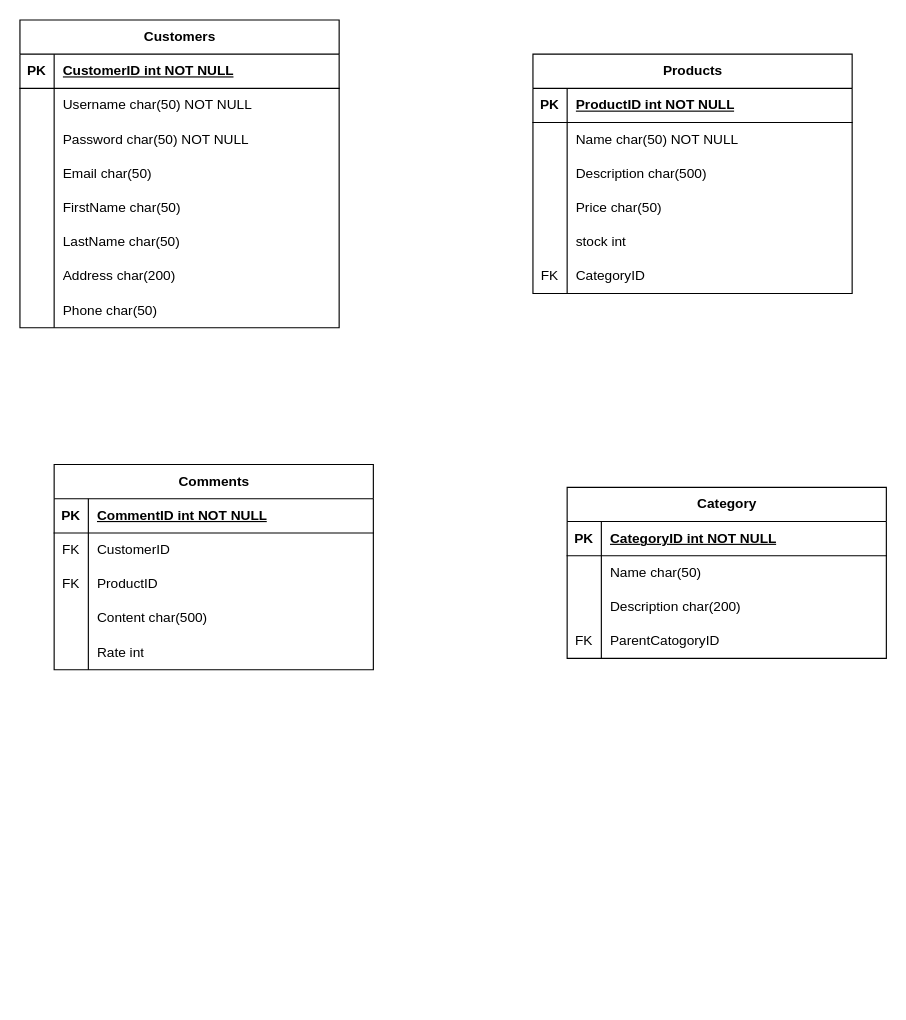
Earlier version of the draw.io diagram OnlineShop.drawio (zeinab-hajhosseini/OnlineShopERD). Source tidied: cells renumbered, new cells numbered last; positions are measured from the earlier drawing's top-left corner, leaving out a move shared by most shapes. Both pictures are drawn from the tidied source at 114%, with x=0, y=0 at pixel (19, 19).
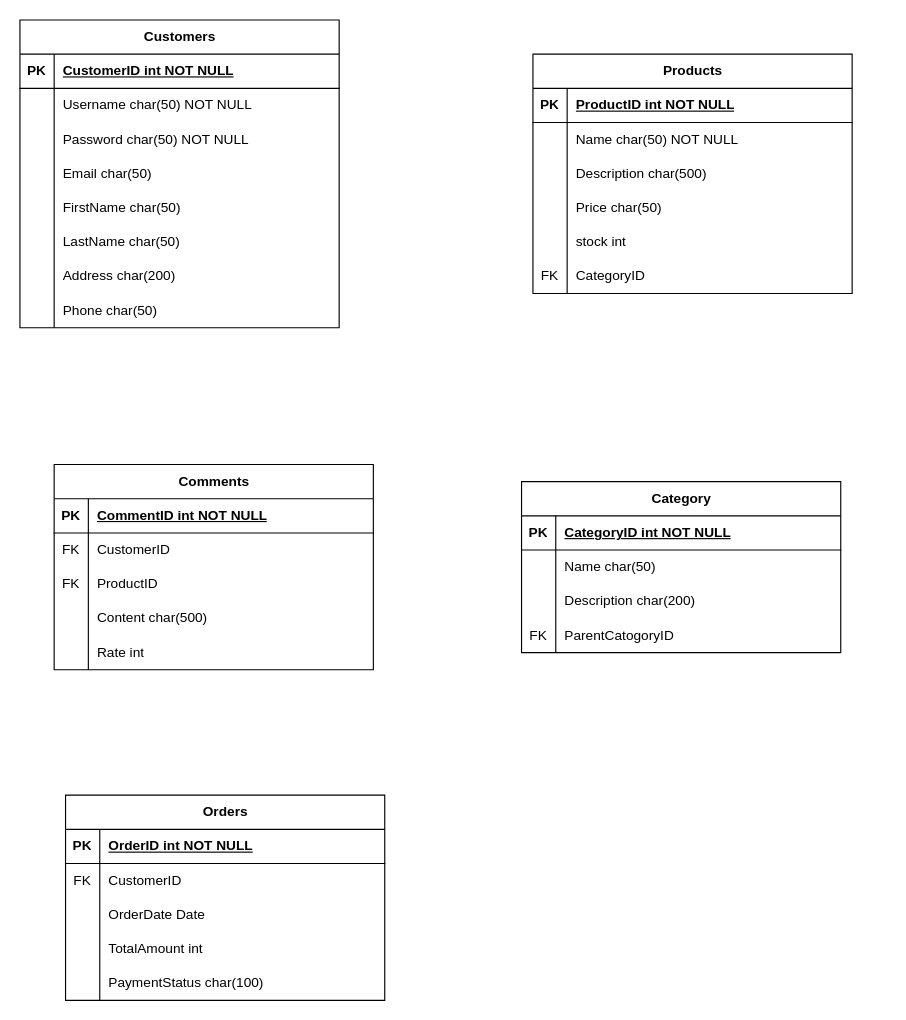
The same page after the edit.

Commit message:
Define Order Entity

Diff of the diagram source:
```diff
@@
     <mxCell id="62" value="Category" style="shape=table;startSize=30;childLayout=tableLayout;rowLines=0;fontStyle=1;align=center;html=1;" parent="1" vertex="1">
-      <mxGeometry x="480" y="410" width="280" height="150" as="geometry" />
+      <mxGeometry x="440" y="405" width="280" height="150" as="geometry" />
     </mxCell>
@@
+    <mxCell id="75" value="Orders" style="shape=table;startSize=30;childLayout=tableLayout;rowLines=0;fontStyle=1;align=center;html=1;" parent="1" vertex="1">
+      <mxGeometry x="40" y="680" width="280" height="180" as="geometry" />
+    </mxCell>
+    <mxCell id="76" style="shape=tableRow;horizontal=0;startSize=0;swimlaneHead=0;swimlaneBody=0;fillColor=none;top=0;left=0;right=0;bottom=1;" parent="75" vertex="1">
+      <mxGeometry y="30" width="280" height="30" as="geometry" />
+    </mxCell>
+    <mxCell id="77" value="PK" style="shape=partialRectangle;fillColor=none;top=0;left=0;bottom=0;right=0;fontStyle=1;overflow=hidden;whiteSpace=wrap;html=1;" parent="76" vertex="1">
+      <mxGeometry width="30" height="30" as="geometry" />
+    </mxCell>
+    <mxCell id="78" value="OrderID int NOT NULL" style="shape=partialRectangle;fillColor=none;top=0;left=0;bottom=0;right=0;align=left;spacingLeft=6;fontStyle=5;overflow=hidden;whiteSpace=wrap;html=1;" parent="76" vertex="1">
+      <mxGeometry x="30" width="250" height="30" as="geometry" />
+    </mxCell>
+    <mxCell id="79" style="shape=tableRow;horizontal=0;startSize=0;swimlaneHead=0;swimlaneBody=0;fillColor=none;top=0;left=0;right=0;bottom=0;" parent="75" vertex="1">
+      <mxGeometry y="60" width="280" height="30" as="geometry" />
+    </mxCell>
+    <mxCell id="80" value="FK" style="shape=partialRectangle;fillColor=none;top=0;left=0;bottom=0;right=0;overflow=hidden;whiteSpace=wrap;html=1;" parent="79" vertex="1">
+      <mxGeometry width="30" height="30" as="geometry" />
+    </mxCell>
+    <mxCell id="81" value="CustomerID" style="shape=partialRectangle;fillColor=none;top=0;left=0;bottom=0;right=0;align=left;spacingLeft=6;overflow=hidden;whiteSpace=wrap;html=1;" parent="79" vertex="1">
+      <mxGeometry x="30" width="250" height="30" as="geometry" />
+    </mxCell>
+    <mxCell id="82" style="shape=tableRow;horizontal=0;startSize=0;swimlaneHead=0;swimlaneBody=0;fillColor=none;top=0;left=0;right=0;bottom=0;" parent="75" vertex="1">
+      <mxGeometry y="90" width="280" height="30" as="geometry" />
+    </mxCell>
+    <mxCell id="83" style="shape=partialRectangle;fillColor=none;top=0;left=0;bottom=0;right=0;overflow=hidden;whiteSpace=wrap;html=1;" parent="82" vertex="1">
+      <mxGeometry width="30" height="30" as="geometry" />
+    </mxCell>
+    <mxCell id="84" value="OrderDate Date" style="shape=partialRectangle;fillColor=none;top=0;left=0;bottom=0;right=0;align=left;spacingLeft=6;overflow=hidden;whiteSpace=wrap;html=1;" parent="82" vertex="1">
+      <mxGeometry x="30" width="250" height="30" as="geometry" />
+    </mxCell>
+    <mxCell id="85" style="shape=tableRow;horizontal=0;startSize=0;swimlaneHead=0;swimlaneBody=0;fillColor=none;top=0;left=0;right=0;bottom=0;" parent="75" vertex="1">
+      <mxGeometry y="120" width="280" height="30" as="geometry" />
+    </mxCell>
+    <mxCell id="86" style="shape=partialRectangle;fillColor=none;top=0;left=0;bottom=0;right=0;overflow=hidden;whiteSpace=wrap;html=1;" parent="85" vertex="1">
+      <mxGeometry width="30" height="30" as="geometry" />
+    </mxCell>
+    <mxCell id="87" value="TotalAmount int" style="shape=partialRectangle;fillColor=none;top=0;left=0;bottom=0;right=0;align=left;spacingLeft=6;overflow=hidden;whiteSpace=wrap;html=1;" parent="85" vertex="1">
+      <mxGeometry x="30" width="250" height="30" as="geometry" />
+    </mxCell>
+    <mxCell id="88" style="shape=tableRow;horizontal=0;startSize=0;swimlaneHead=0;swimlaneBody=0;fillColor=none;top=0;left=0;right=0;bottom=0;" parent="75" vertex="1">
+      <mxGeometry y="150" width="280" height="30" as="geometry" />
+    </mxCell>
+    <mxCell id="89" style="shape=partialRectangle;fillColor=none;top=0;left=0;bottom=0;right=0;overflow=hidden;whiteSpace=wrap;html=1;" parent="88" vertex="1">
+      <mxGeometry width="30" height="30" as="geometry" />
+    </mxCell>
+    <mxCell id="90" value="PaymentStatus char(100)" style="shape=partialRectangle;fillColor=none;top=0;left=0;bottom=0;right=0;align=left;spacingLeft=6;overflow=hidden;whiteSpace=wrap;html=1;" parent="88" vertex="1">
+      <mxGeometry x="30" width="250" height="30" as="geometry" />
+    </mxCell>
```
